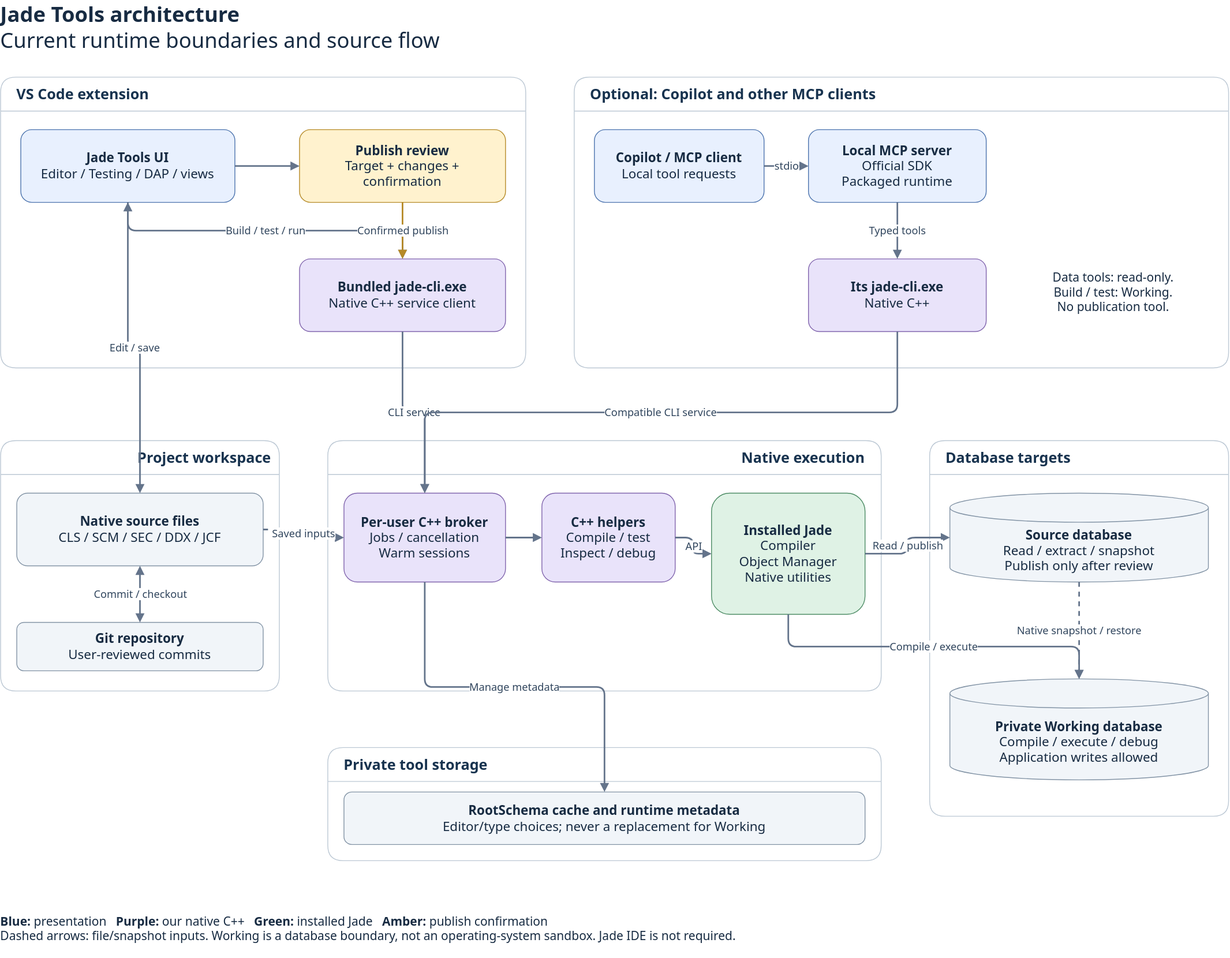
This is architecture/jade-tools.drawio.svg from darrenhull/Jade-VSCode-Extension, a draw.io export, as it was before one commit. Source tidied: cells renumbered, new cells last; positions are measured from the earlier drawing's top-left corner, leaving out a move shared by most shapes.
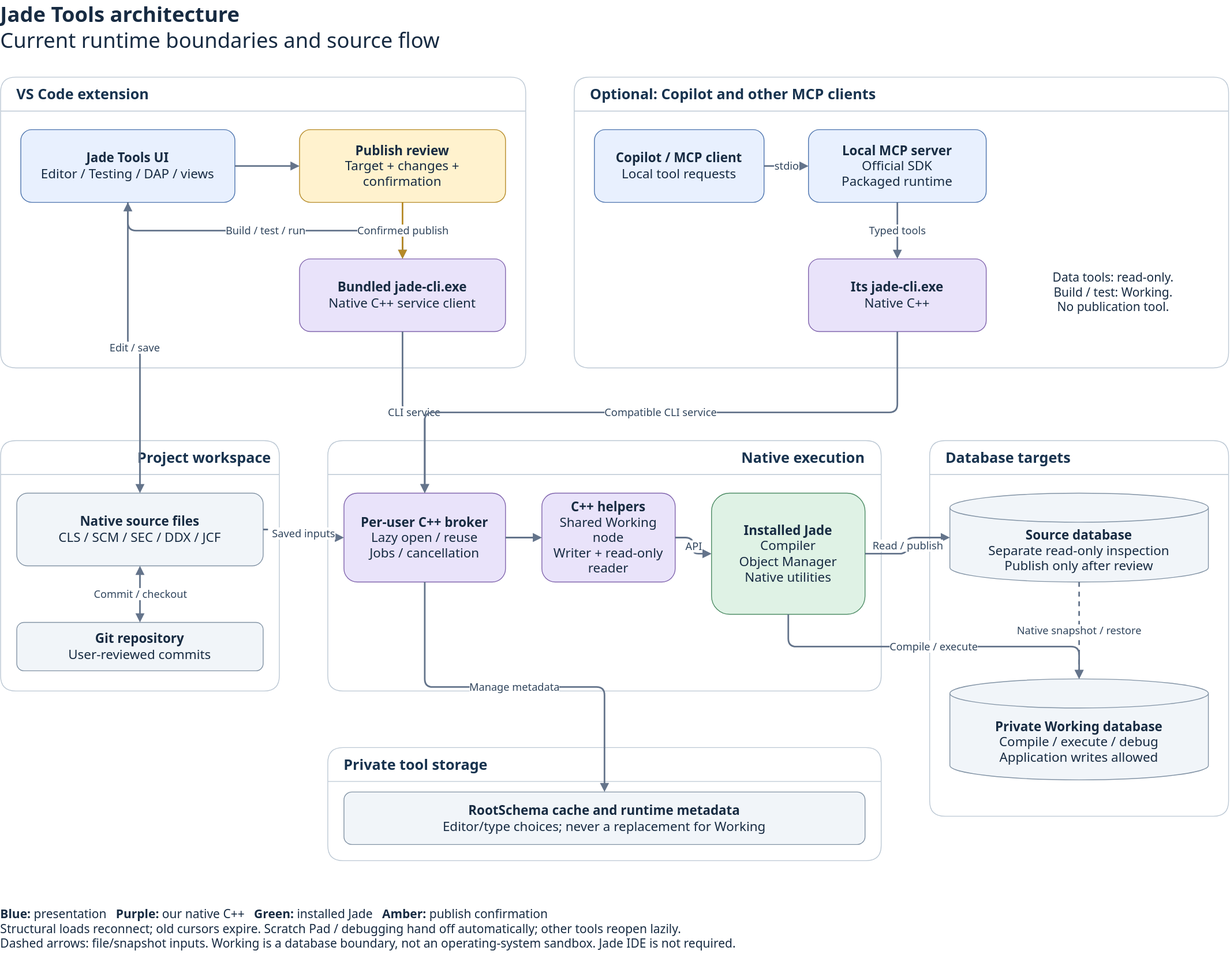
Later version of the same file.

The edit, as a diff of the source:
```diff
@@ -62,10 +62,10 @@
     <mxCell id="21" value="Native execution" style="swimlane;horizontal=1;startSize=42;rounded=1;html=1;whiteSpace=wrap;fillColor=#ffffff;swimlaneFillColor=#ffffff;strokeColor=#bcc8d4;fontColor=#18334f;fontFamily=Segoe UI;fontSize=18;fontStyle=1;align=right;spacingRight=18;spacingLeft=18;" parent="1" vertex="1">
       <mxGeometry x="405" y="545" width="685" height="310" as="geometry" />
     </mxCell>
-    <mxCell id="22" value="&lt;b&gt;Per-user C++ broker&lt;/b&gt;&lt;br&gt;Jobs / cancellation&lt;br&gt;Warm sessions" style="rounded=1;whiteSpace=wrap;html=1;fillColor=#e9e3fa;strokeColor=#8064ad;fontColor=#172b42;fontFamily=Segoe UI;fontSize=16;spacing=12;" parent="21" vertex="1">
+    <mxCell id="22" value="&lt;b&gt;Per-user C++ broker&lt;/b&gt;&lt;br&gt;Lazy open / reuse&lt;br&gt;Jobs / cancellation" style="rounded=1;whiteSpace=wrap;html=1;fillColor=#e9e3fa;strokeColor=#8064ad;fontColor=#172b42;fontFamily=Segoe UI;fontSize=16;spacing=12;" parent="21" vertex="1">
       <mxGeometry x="20" y="65" width="200" height="110" as="geometry" />
     </mxCell>
-    <mxCell id="23" value="&lt;b&gt;C++ helpers&lt;/b&gt;&lt;br&gt;Compile / test&lt;br&gt;Inspect / debug" style="rounded=1;whiteSpace=wrap;html=1;fillColor=#e9e3fa;strokeColor=#8064ad;fontColor=#172b42;fontFamily=Segoe UI;fontSize=16;spacing=12;" parent="21" vertex="1">
+    <mxCell id="23" value="&lt;b&gt;C++ helpers&lt;/b&gt;&lt;br&gt;Shared Working node&lt;br&gt;Writer + read-only reader" style="rounded=1;whiteSpace=wrap;html=1;fillColor=#e9e3fa;strokeColor=#8064ad;fontColor=#172b42;fontFamily=Segoe UI;fontSize=16;spacing=12;" parent="21" vertex="1">
       <mxGeometry x="265" y="65" width="165" height="110" as="geometry" />
     </mxCell>
     <mxCell id="24" value="&lt;b&gt;Installed Jade&lt;/b&gt;&lt;br&gt;Compiler&lt;br&gt;Object Manager&lt;br&gt;Native utilities" style="rounded=1;whiteSpace=wrap;html=1;fillColor=#dff2e5;strokeColor=#4d8c65;fontColor=#172b42;fontFamily=Segoe UI;fontSize=16;spacing=12;" parent="21" vertex="1">
@@ -80,7 +80,7 @@
     <mxCell id="27" value="Database targets" style="swimlane;horizontal=1;startSize=42;rounded=1;html=1;whiteSpace=wrap;fillColor=#ffffff;swimlaneFillColor=#ffffff;strokeColor=#bcc8d4;fontColor=#18334f;fontFamily=Segoe UI;fontSize=18;fontStyle=1;align=left;spacingLeft=18;" parent="1" vertex="1">
       <mxGeometry x="1150" y="545" width="370" height="465" as="geometry" />
     </mxCell>
-    <mxCell id="28" value="&lt;b&gt;Source database&lt;/b&gt;&lt;br&gt;Read / extract / snapshot&lt;br&gt;Publish only after review" style="rounded=1;whiteSpace=wrap;html=1;fillColor=#f1f5f9;strokeColor=#8293a5;fontColor=#172b42;fontFamily=Segoe UI;fontSize=16;spacing=12;shape=cylinder3;boundedLbl=1;size=18;" parent="27" vertex="1">
+    <mxCell id="28" value="&lt;b&gt;Source database&lt;/b&gt;&lt;br&gt;Separate read-only inspection&lt;br&gt;Publish only after review" style="rounded=1;whiteSpace=wrap;html=1;fillColor=#f1f5f9;strokeColor=#8293a5;fontColor=#172b42;fontFamily=Segoe UI;fontSize=16;spacing=12;shape=cylinder3;boundedLbl=1;size=18;" parent="27" vertex="1">
       <mxGeometry x="25" y="65" width="320" height="110" as="geometry" />
     </mxCell>
     <mxCell id="29" value="&lt;b&gt;Private Working database&lt;/b&gt;&lt;br&gt;Compile / execute / debug&lt;br&gt;Application writes allowed" style="rounded=1;whiteSpace=wrap;html=1;fillColor=#f1f5f9;strokeColor=#8293a5;fontColor=#172b42;fontFamily=Segoe UI;fontSize=16;spacing=12;shape=cylinder3;boundedLbl=1;size=18;" parent="27" vertex="1">
@@ -116,7 +116,7 @@
     <mxCell id="39" value="Manage metadata" style="edgeStyle=orthogonalEdgeStyle;rounded=1;html=1;endArrow=block;endFill=1;strokeColor=#64748b;strokeWidth=2;labelBackgroundColor=#ffffff;fontColor=#31465e;fontSize=13;fontFamily=Segoe UI;" parent="1" edge="1" source="22" target="32">
       <mxGeometry relative="1" as="geometry" />
     </mxCell>
-    <mxCell id="40" value="&lt;b&gt;Blue:&lt;/b&gt; presentation &amp;nbsp; &lt;b&gt;Purple:&lt;/b&gt; our native C++ &amp;nbsp; &lt;b&gt;Green:&lt;/b&gt; installed Jade &amp;nbsp; &lt;b&gt;Amber:&lt;/b&gt; publish confirmation&lt;br&gt;Dashed arrows: file/snapshot inputs. Working is a database boundary, not an operating-system sandbox. Jade IDE is not required." style="rounded=1;whiteSpace=wrap;html=1;fillColor=#f1f5f9;strokeColor=#8293a5;fontColor=#172b42;fontFamily=Segoe UI;fontSize=16;spacing=12;shape=text;fillColor=none;strokeColor=none;fontSize=15;align=left;spacing=0;" parent="1" vertex="1">
+    <mxCell id="40" value="&lt;b&gt;Blue:&lt;/b&gt; presentation &amp;nbsp; &lt;b&gt;Purple:&lt;/b&gt; our native C++ &amp;nbsp; &lt;b&gt;Green:&lt;/b&gt; installed Jade &amp;nbsp; &lt;b&gt;Amber:&lt;/b&gt; publish confirmation&lt;br&gt;Structural loads reconnect; old cursors expire. Scratch Pad / debugging hand off automatically; other tools reopen lazily.&lt;br&gt;Dashed arrows: file/snapshot inputs. Working is a database boundary, not an operating-system sandbox. Jade IDE is not required." style="rounded=1;whiteSpace=wrap;html=1;fillColor=#f1f5f9;strokeColor=#8293a5;fontColor=#172b42;fontFamily=Segoe UI;fontSize=16;spacing=12;shape=text;fillColor=none;strokeColor=none;fontSize=15;align=left;spacing=0;" parent="1" vertex="1">
       <mxGeometry y="1110" width="1520" height="75" as="geometry" />
     </mxCell>
   </root>
```
